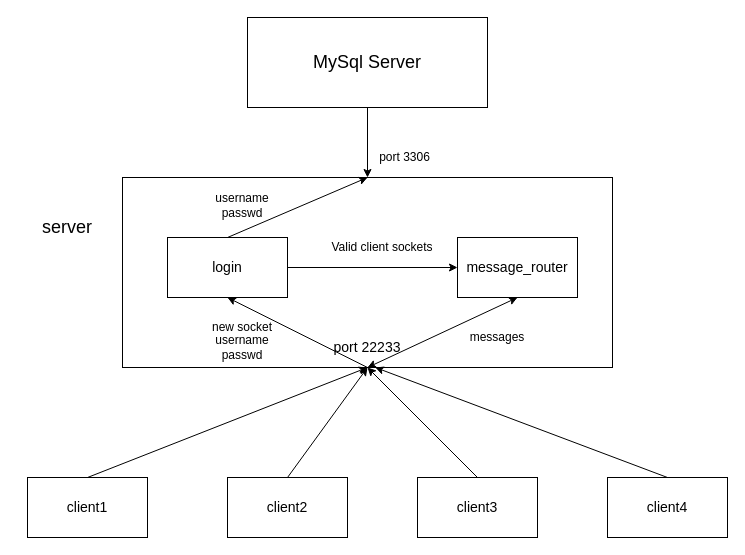
Above: chat_2.0/docs/图片/server_structure.drawio in DEVILcong/C (draw.io), before the change. Source tidied: cells renumbered, new cells numbered last; positions are measured from the earlier drawing's top-left corner, leaving out a move shared by most shapes. Both pictures are drawn from the tidied source at 100%, with x=0, y=0 at pixel (17, 17).
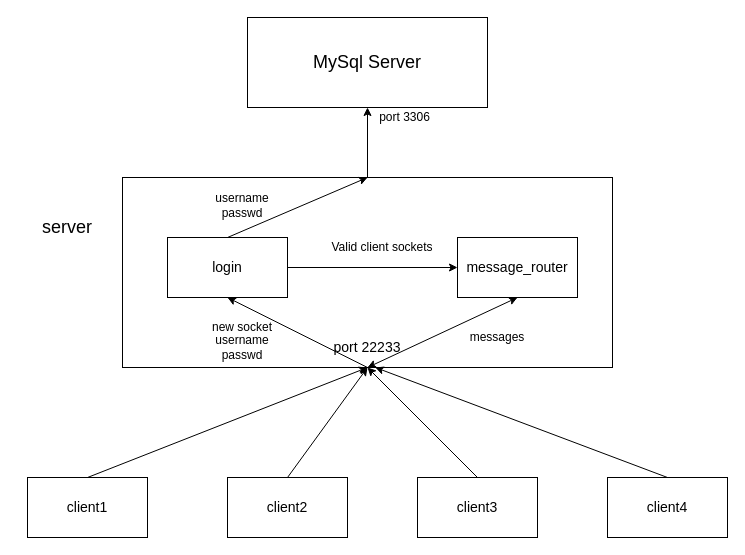
After the change.

Unchanged cells that the change refers to:
```xml
<mxCell id="3" value="&lt;font style=&quot;font-size: 18px&quot;&gt;MySql Server&lt;/font&gt;" style="rounded=0;whiteSpace=wrap;html=1;" parent="1" vertex="1">
  <mxGeometry x="230" width="240" height="90" as="geometry" />
</mxCell>
<mxCell id="4" style="rounded=0;whiteSpace=wrap;html=1;" parent="1" vertex="1">
  <mxGeometry x="105" y="160" width="490" height="190" as="geometry" />
</mxCell>
```

The edit, as a diff of the source:
```diff
@@
-    <mxCell id="2" style="edgeStyle=orthogonalEdgeStyle;rounded=0;jettySize=auto;html=1;exitX=0.5;exitY=1;exitDx=0;exitDy=0;" parent="1" edge="1" source="3" target="4">
-      <mxGeometry relative="1" as="geometry" />
-    </mxCell>
@@
+    <mxCell id="33" style="edgeStyle=orthogonalEdgeStyle;rounded=0;jettySize=auto;html=1;exitX=0.5;exitY=0;exitDx=0;exitDy=0;entryX=0.5;entryY=1;entryDx=0;entryDy=0;" parent="1" edge="1" source="4" target="3">
+      <mxGeometry relative="1" as="geometry" />
+    </mxCell>
@@
     <mxCell id="5" value="port 3306" style="text;html=1;strokeColor=none;fillColor=none;align=center;verticalAlign=middle;whiteSpace=wrap;rounded=0;" parent="1" vertex="1">
-      <mxGeometry x="355" y="130" width="65" height="20" as="geometry" />
+      <mxGeometry x="355" y="90" width="65" height="20" as="geometry" />
     </mxCell>
```
